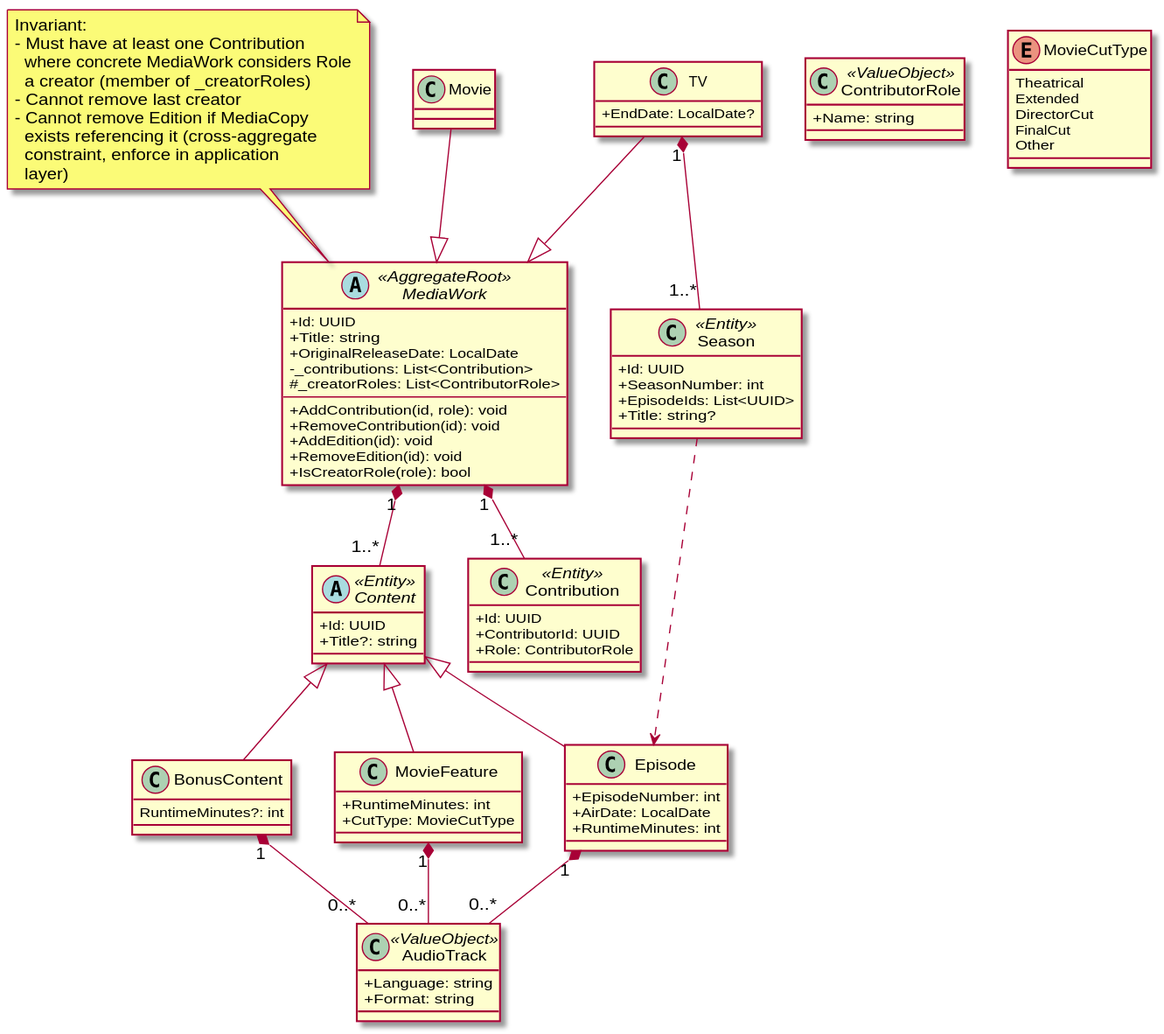
Above: docs/diagrams/domain/domain-media-work.svg in yantue/colleq (PlantUML), before the change.
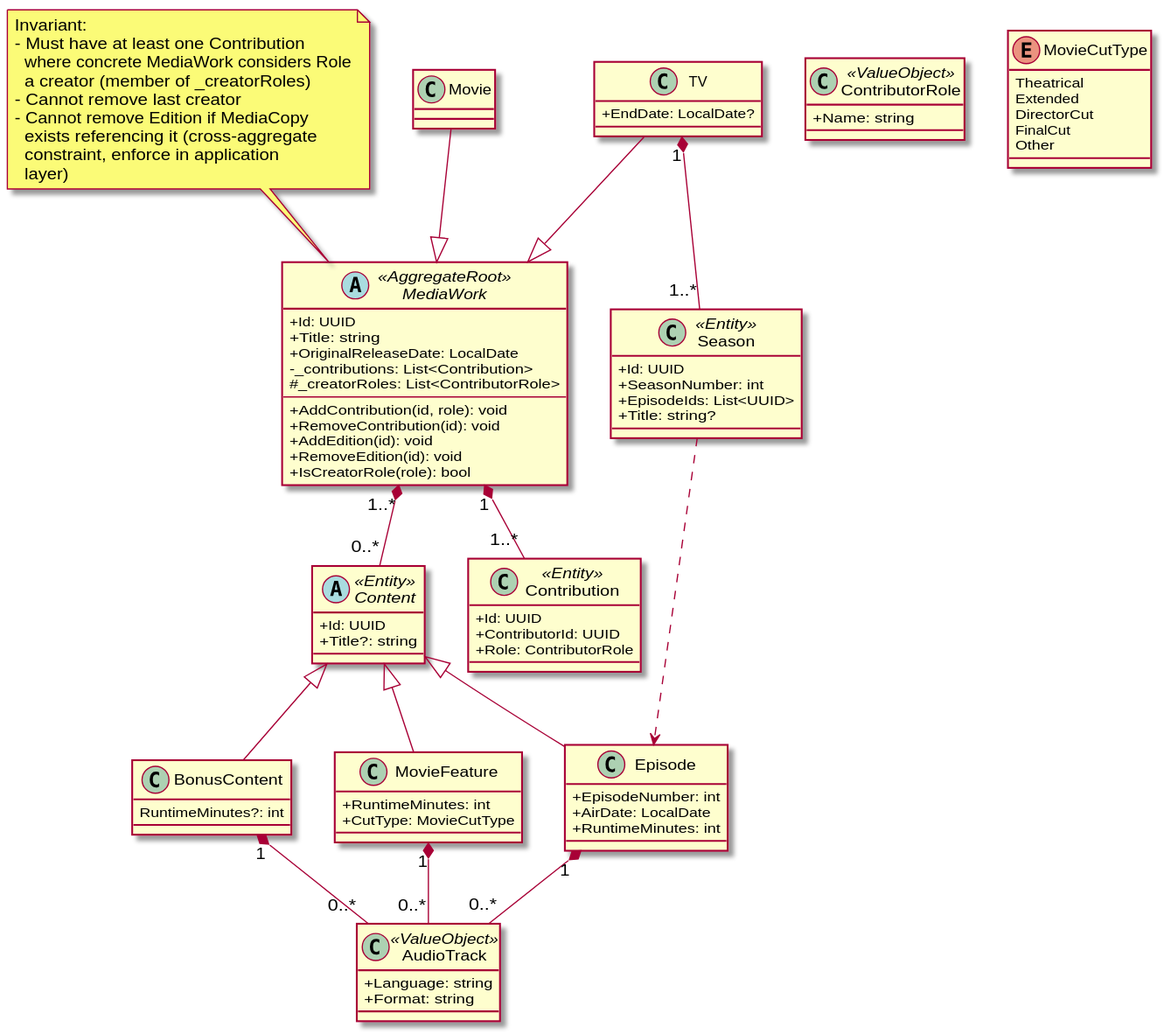
After the commit.

Change to the diagram source:
```diff
@@ -32,7 +32,7 @@
     +Title?: string
 }
 
-MediaWork "1" *-- "1..*" Content
+MediaWork "1..*" *-- "0..*" Content
 
 class BonusContent {
     RuntimeMinutes?: int
```
